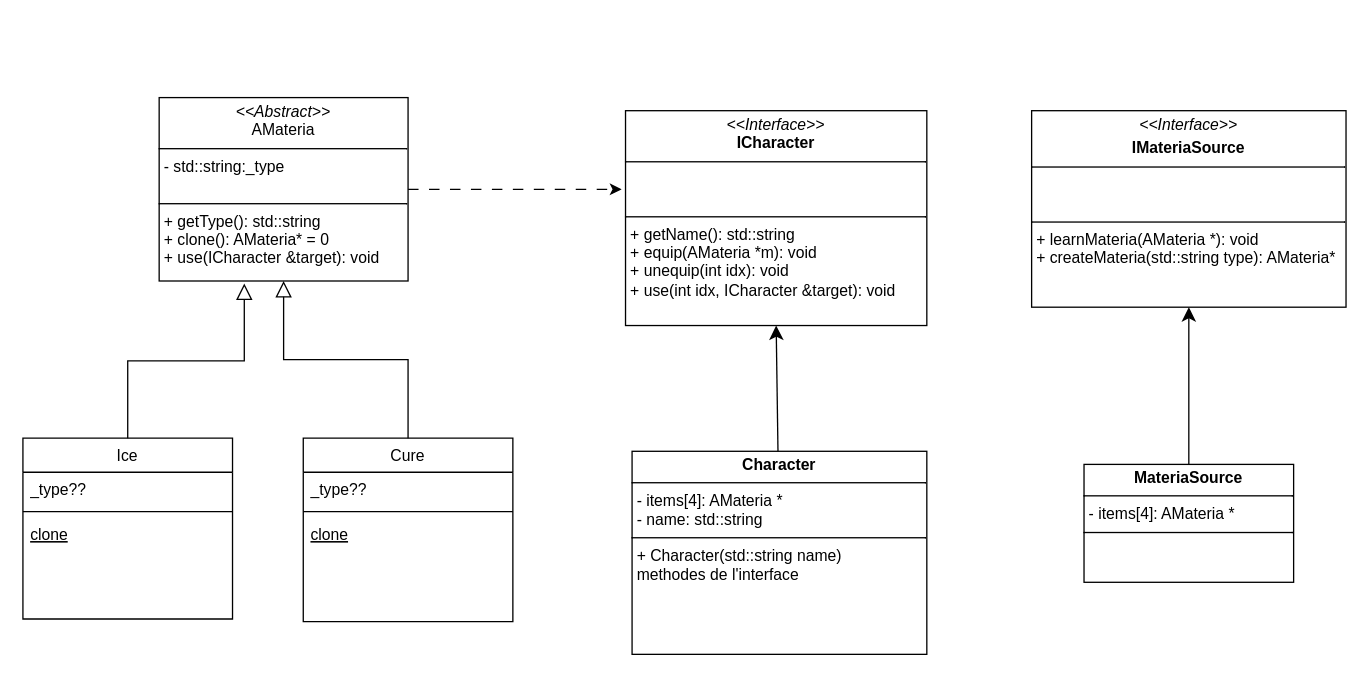
tomjoy75/cpp keeps this draw.io diagram as module_04/cpp_mod04_ex03.drawio. Above is the earlier version. Source tidied: cells renumbered, new cells numbered last; positions are measured from the earlier drawing's top-left corner, leaving out a move shared by most shapes. Both pictures are drawn from the tidied source at 131%, with x=0, y=0 at pixel (22, 97).
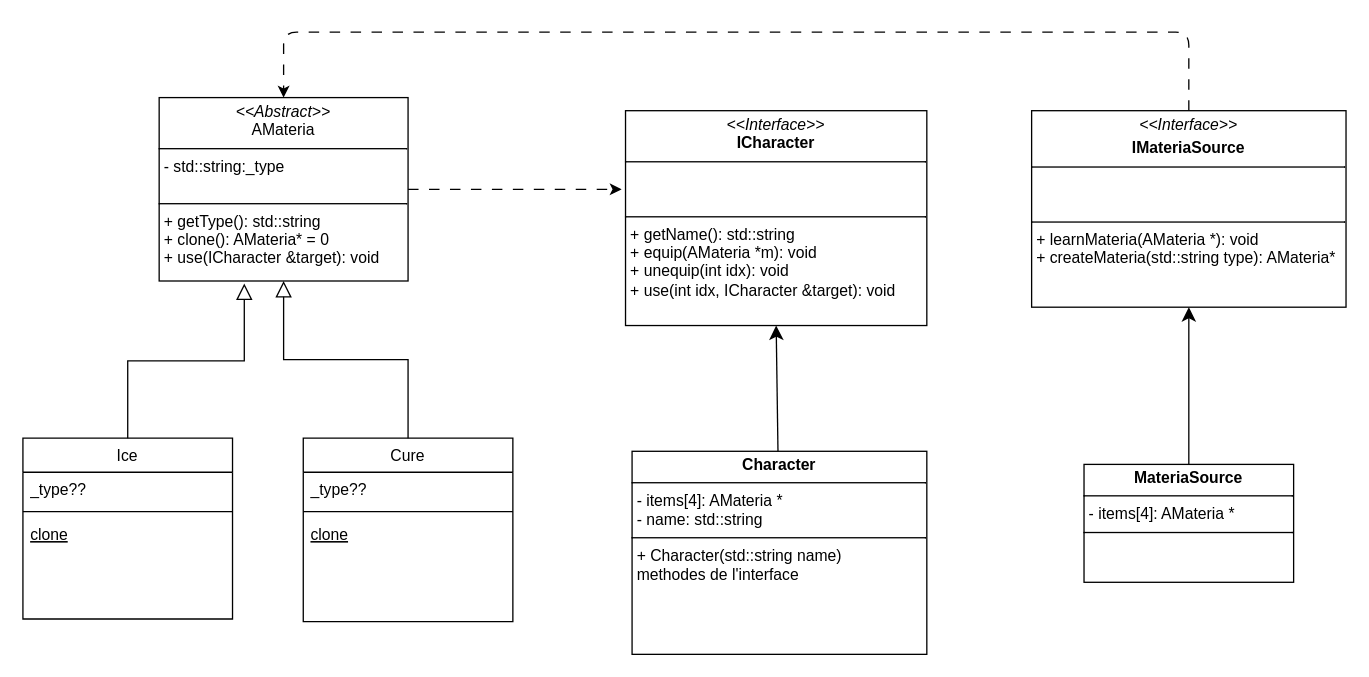
After the change.

The change refers to these unchanged cells:
```xml
<mxCell id="15" value="&lt;p style=&quot;margin:0px;margin-top:4px;text-align:center;&quot;&gt;&lt;i&gt;&amp;lt;&amp;lt;Interface&amp;gt;&amp;gt;&lt;/i&gt;&lt;/p&gt;&lt;p style=&quot;margin:0px;margin-top:4px;text-align:center;&quot;&gt;&lt;b&gt;IMateriaSource&lt;/b&gt;&lt;br&gt;&lt;/p&gt;&lt;hr style=&quot;border-style:solid;&quot; size=&quot;1&quot;&gt;&lt;p style=&quot;margin:0px;margin-left:4px;&quot;&gt;&lt;br&gt;&lt;br&gt;&lt;/p&gt;&lt;hr style=&quot;border-style:solid;&quot; size=&quot;1&quot;&gt;&lt;p style=&quot;margin:0px;margin-left:4px;&quot;&gt;+ learnMateria(AMateria *): void&lt;br&gt;+ createMateria(std::string type): AMateria*&lt;br&gt;&lt;/p&gt;" style="verticalAlign=top;align=left;overflow=fill;html=1;whiteSpace=wrap;" parent="1" vertex="1">
  <mxGeometry x="770" y="10" width="240" height="150" as="geometry" />
</mxCell>
<mxCell id="19" value="&lt;p style=&quot;margin:0px;margin-top:4px;text-align:center;&quot;&gt;&lt;i&gt;&amp;lt;&amp;lt;Abstract&amp;gt;&amp;gt;&lt;/i&gt;&lt;br&gt;AMateria&lt;/p&gt;&lt;hr size=&quot;1&quot; style=&quot;border-style:solid;&quot;&gt;&lt;p style=&quot;margin:0px;margin-left:4px;&quot;&gt;- std::string:_type&lt;br&gt;&lt;br&gt;&lt;/p&gt;&lt;hr size=&quot;1&quot; style=&quot;border-style:solid;&quot;&gt;&lt;p style=&quot;margin:0px;margin-left:4px;&quot;&gt;+ getType(): std::string&lt;br&gt;+ clone(): AMateria* = 0&lt;/p&gt;&lt;p style=&quot;margin:0px;margin-left:4px;&quot;&gt;+ use(ICharacter &amp;amp;target): void&lt;br&gt;&lt;/p&gt;" style="verticalAlign=top;align=left;overflow=fill;html=1;whiteSpace=wrap;" parent="1" vertex="1">
  <mxGeometry x="104" width="190" height="140" as="geometry" />
</mxCell>
```

The edit, as a diff of the source:
```diff
@@
+    <mxCell id="20" style="edgeStyle=orthogonalEdgeStyle;html=1;exitX=0.5;exitY=0;exitDx=0;exitDy=0;entryX=0.5;entryY=0;entryDx=0;entryDy=0;dashed=1;dashPattern=8 8;" parent="1" edge="1" source="15" target="19">
+      <mxGeometry relative="1" as="geometry">
+        <Array as="points">
+          <mxPoint x="890" y="-50" />
+          <mxPoint x="199" y="-50" />
+        </Array>
+      </mxGeometry>
+    </mxCell>
```
